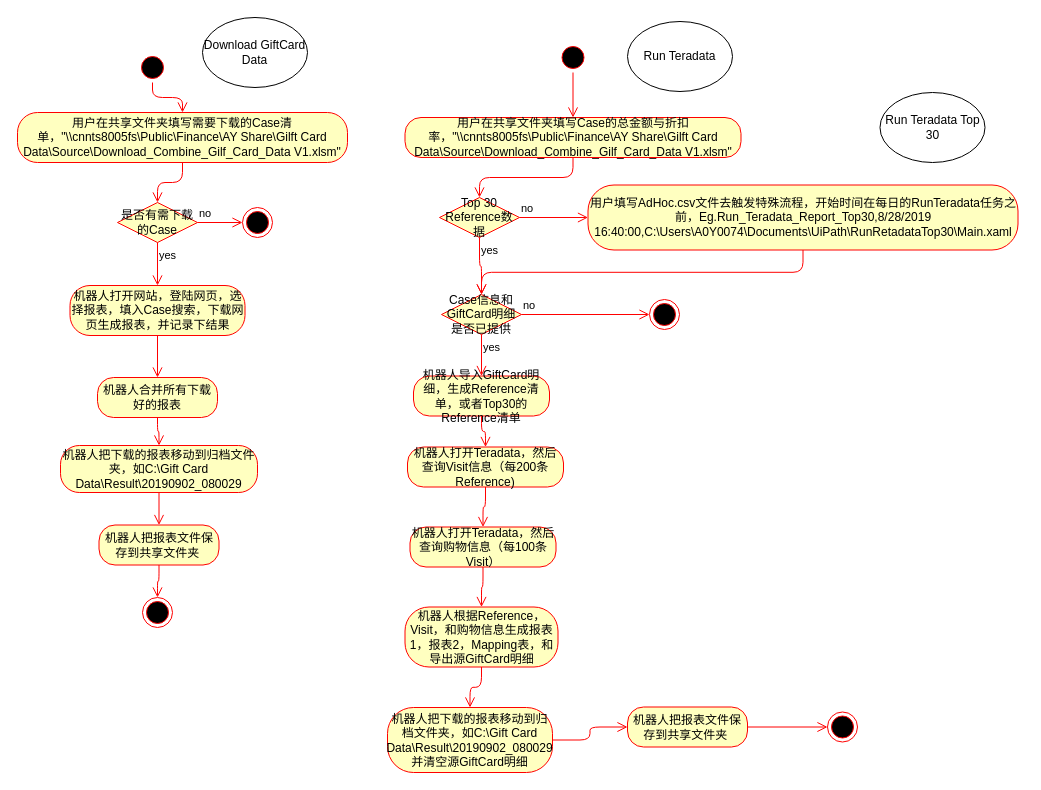
Earlier version of the draw.io diagram page "GiftCardReport" (2 of 5) of Uipath Projects Design.drawio (Youjwxyz/VBA_Library). Source tidied: cells renumbered, new cells numbered last; positions are measured from the earlier drawing's top-left corner, leaving out a move shared by most shapes. Both pictures are drawn from the tidied source at 100%, with x=0, y=0 at pixel (17, 17).
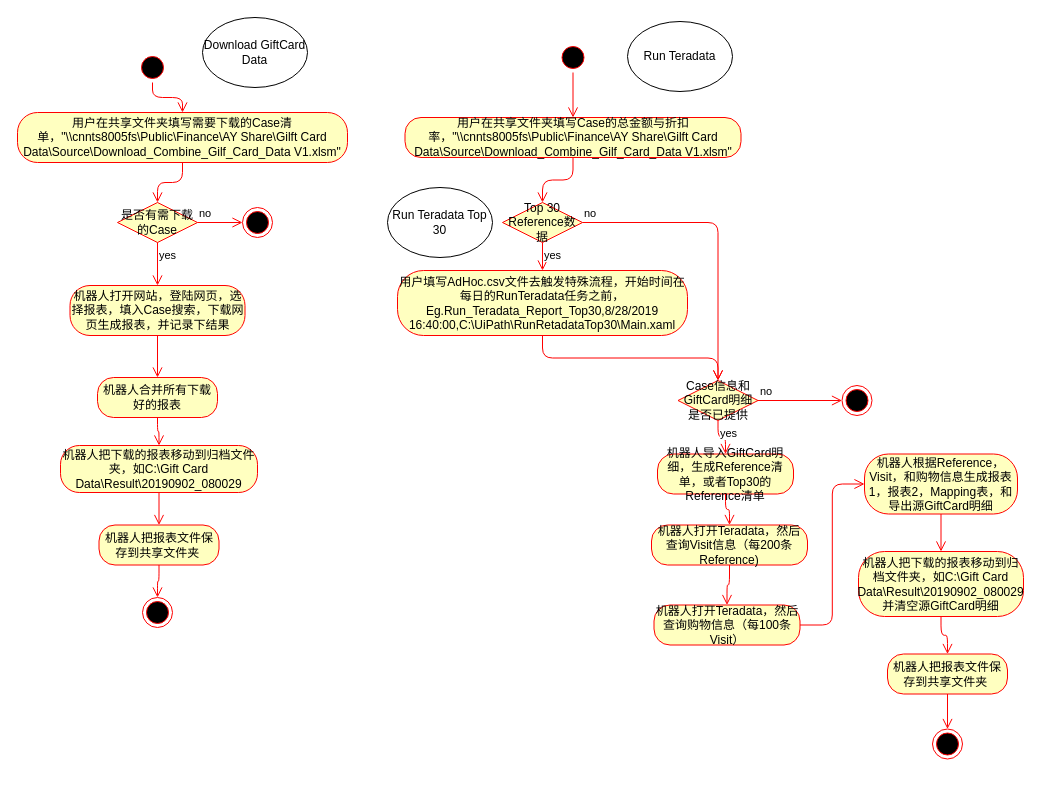
After the change.

Diff of the diagram source:
```diff
@@
     <mxCell id="20" value="Case信息和GiftCard明细&lt;br&gt;是否已提供" style="rhombus;whiteSpace=wrap;html=1;fillColor=#ffffc0;strokeColor=#ff0000;" parent="1" vertex="1">
-      <mxGeometry x="424" y="277" width="80" height="40" as="geometry" />
+      <mxGeometry x="660.5" y="363" width="80" height="40" as="geometry" />
     </mxCell>
@@
     <mxCell id="23" style="ellipse;html=1;shape=endState;fillColor=#000000;strokeColor=#ff0000;" parent="1" vertex="1">
-      <mxGeometry x="632" y="282" width="30" height="30" as="geometry" />
+      <mxGeometry x="824.5" y="368" width="30" height="30" as="geometry" />
     </mxCell>
     <mxCell id="24" value="机器人导入GiftCard明细，生成Reference清单，或者Top30的Reference清单" style="rounded=1;whiteSpace=wrap;html=1;arcSize=40;fontColor=#000000;fillColor=#ffffc0;strokeColor=#ff0000;" parent="1" vertex="1">
-      <mxGeometry x="396" y="358.5" width="136" height="40" as="geometry" />
+      <mxGeometry x="640" y="436.5" width="136" height="40" as="geometry" />
     </mxCell>
     <mxCell id="25" value="机器人打开Teradata，然后查询Visit信息（每200条Reference)" style="rounded=1;whiteSpace=wrap;html=1;arcSize=40;fontColor=#000000;fillColor=#ffffc0;strokeColor=#ff0000;" parent="1" vertex="1">
-      <mxGeometry x="390" y="429.5" width="156" height="40" as="geometry" />
+      <mxGeometry x="634" y="507.5" width="156" height="40" as="geometry" />
     </mxCell>
@@
     <mxCell id="27" value="机器人打开Teradata，然后查询购物信息（每100条Visit）" style="rounded=1;whiteSpace=wrap;html=1;arcSize=40;fontColor=#000000;fillColor=#ffffc0;strokeColor=#ff0000;" parent="1" vertex="1">
-      <mxGeometry x="392.5" y="509.5" width="146" height="40" as="geometry" />
+      <mxGeometry x="636.5" y="587.5" width="146" height="40" as="geometry" />
     </mxCell>
-    <mxCell id="28" style="edgeStyle=orthogonalEdgeStyle;html=1;verticalAlign=bottom;endArrow=open;endSize=8;strokeColor=#ff0000;" parent="1" edge="1" source="27" target="29">
+    <mxCell id="28" style="edgeStyle=orthogonalEdgeStyle;html=1;verticalAlign=bottom;endArrow=open;endSize=8;strokeColor=#ff0000;entryX=0;entryY=0.5;entryDx=0;entryDy=0;" parent="1" edge="1" source="27" target="29">
       <mxGeometry relative="1" as="geometry" />
     </mxCell>
     <mxCell id="29" value="机器人根据Reference，Visit，和购物信息生成报表1，报表2，Mapping表，和导出源GiftCard明细" style="rounded=1;whiteSpace=wrap;html=1;arcSize=40;fontColor=#000000;fillColor=#ffffc0;strokeColor=#ff0000;" parent="1" vertex="1">
-      <mxGeometry x="387.5" y="589.5" width="153" height="60" as="geometry" />
+      <mxGeometry x="847" y="436.5" width="153" height="60" as="geometry" />
     </mxCell>
@@
     <mxCell id="31" value="机器人把报表文件保存到共享文件夹&amp;nbsp;" style="rounded=1;whiteSpace=wrap;html=1;arcSize=40;fontColor=#000000;fillColor=#ffffc0;strokeColor=#ff0000;" parent="1" vertex="1">
-      <mxGeometry x="610" y="689.5" width="120" height="40" as="geometry" />
+      <mxGeometry x="870" y="636.5" width="120" height="40" as="geometry" />
     </mxCell>
@@
     <mxCell id="33" style="ellipse;html=1;shape=endState;fillColor=#000000;strokeColor=#ff0000;" parent="1" vertex="1">
-      <mxGeometry x="810" y="694.5" width="30" height="30" as="geometry" />
+      <mxGeometry x="915" y="711.5" width="30" height="30" as="geometry" />
     </mxCell>
@@
     <mxCell id="38" value="机器人把下载的报表移动到归档文件夹，如C:\Gift Card Data\Result\20190902_080029&lt;br&gt;并清空源GiftCard明细" style="rounded=1;whiteSpace=wrap;html=1;arcSize=40;fontColor=#000000;fillColor=#ffffc0;strokeColor=#ff0000;" parent="1" vertex="1">
-      <mxGeometry x="370" y="690" width="165" height="65" as="geometry" />
+      <mxGeometry x="841" y="534" width="165" height="65" as="geometry" />
     </mxCell>
@@
     <mxCell id="41" value="Run Teradata Top 30" style="ellipse;whiteSpace=wrap;html=1;" parent="1" vertex="1">
-      <mxGeometry x="862.5" y="75" width="105" height="70" as="geometry" />
+      <mxGeometry x="370" y="170" width="105" height="70" as="geometry" />
     </mxCell>
-    <mxCell id="42" value="用户填写AdHoc.csv文件去触发特殊流程，开始时间在每日的RunTeradata任务之前，Eg.Run_Teradata_Report_Top30,8/28/2019 16:40:00,C:\Users\A0Y0074\Documents\UiPath\RunRetadataTop30\Main.xaml" style="rounded=1;whiteSpace=wrap;html=1;arcSize=40;fontColor=#000000;fillColor=#ffffc0;strokeColor=#ff0000;" parent="1" vertex="1">
-      <mxGeometry x="570.5" y="167.5" width="430" height="65" as="geometry" />
+    <mxCell id="42" value="用户填写AdHoc.csv文件去触发特殊流程，开始时间在每日的RunTeradata任务之前，Eg.Run_Teradata_Report_Top30,8/28/2019 16:40:00,C:\UiPath\RunRetadataTop30\Main.xaml" style="rounded=1;whiteSpace=wrap;html=1;arcSize=40;fontColor=#000000;fillColor=#ffffc0;strokeColor=#ff0000;" parent="1" vertex="1">
+      <mxGeometry x="380" y="253" width="290" height="65" as="geometry" />
     </mxCell>
     <mxCell id="43" value="Top 30 Reference数据" style="rhombus;whiteSpace=wrap;html=1;fillColor=#ffffc0;strokeColor=#ff0000;" parent="1" vertex="1">
-      <mxGeometry x="422" y="180" width="80" height="40" as="geometry" />
+      <mxGeometry x="485" y="185" width="80" height="40" as="geometry" />
     </mxCell>
-    <mxCell id="44" value="no" style="edgeStyle=orthogonalEdgeStyle;html=1;align=left;verticalAlign=bottom;endArrow=open;endSize=8;strokeColor=#ff0000;entryX=0;entryY=0.5;entryDx=0;entryDy=0;" parent="1" edge="1" source="43" target="42">
+    <mxCell id="44" value="no" style="edgeStyle=orthogonalEdgeStyle;html=1;align=left;verticalAlign=bottom;endArrow=open;endSize=8;strokeColor=#ff0000;" parent="1" edge="1" source="43" target="20">
       <mxGeometry x="-1" relative="1" as="geometry" />
     </mxCell>
-    <mxCell id="45" value="yes" style="edgeStyle=orthogonalEdgeStyle;html=1;align=left;verticalAlign=top;endArrow=open;endSize=8;strokeColor=#ff0000;entryX=0.5;entryY=0;entryDx=0;entryDy=0;" parent="1" edge="1" source="43" target="20">
+    <mxCell id="45" value="yes" style="edgeStyle=orthogonalEdgeStyle;html=1;align=left;verticalAlign=top;endArrow=open;endSize=8;strokeColor=#ff0000;entryX=0.5;entryY=0;entryDx=0;entryDy=0;" parent="1" edge="1" source="43" target="42">
       <mxGeometry x="-1" relative="1" as="geometry" />
     </mxCell>
```
